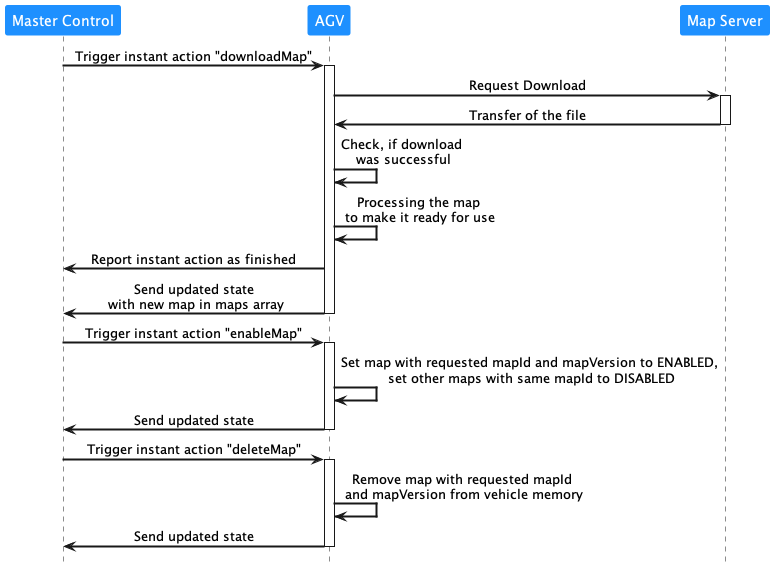
Above: assets/map_distribution_process.png in VDA5050/VDA5050 (PlantUML), before the change. Source of this version:
```plantuml
@startuml
!pragma teoz true
skinparam defaultTextAlignment center
skinparam participantFontColor white
skinparam noteFontColor white
skinparam participantBorderColor None
skinparam ArrowThickness 2
participant "Master Control" #dodgerblue
participant AGV #dodgerblue
participant "Map Server" #dodgerblue
hide footbox



"Master Control" -> "AGV": Trigger instant action "downloadMap"
activate AGV
AGV -> "Map Server": Request Download
activate "Map Server"
"Map Server" -> AGV: Transfer of the file
deactivate "Map Server"
AGV -> AGV: Check, if download\n was successful
AGV -> AGV: Processing the map\n to make it ready for use
AGV -> "Master Control": Report instant action as finished
AGV -> "Master Control": Send updated state\n with new map in maps array
deactivate AGV

"Master Control" -> "AGV": Trigger instant action "enableMap"
activate AGV
AGV -> AGV: Set map with requested mapId and mapVersion to ENABLED,\n set other maps with same mapId to DISABLED
"Master Control" <- "AGV": Send updated state
deactivate AGV

"Master Control" -> "AGV": Trigger instant action "deleteMap"
activate AGV
AGV -> AGV: Remove map with requested mapId\n and mapVersion from vehicle memory
"Master Control" <- "AGV": Send updated state
deactivate AGV
@enduml
```
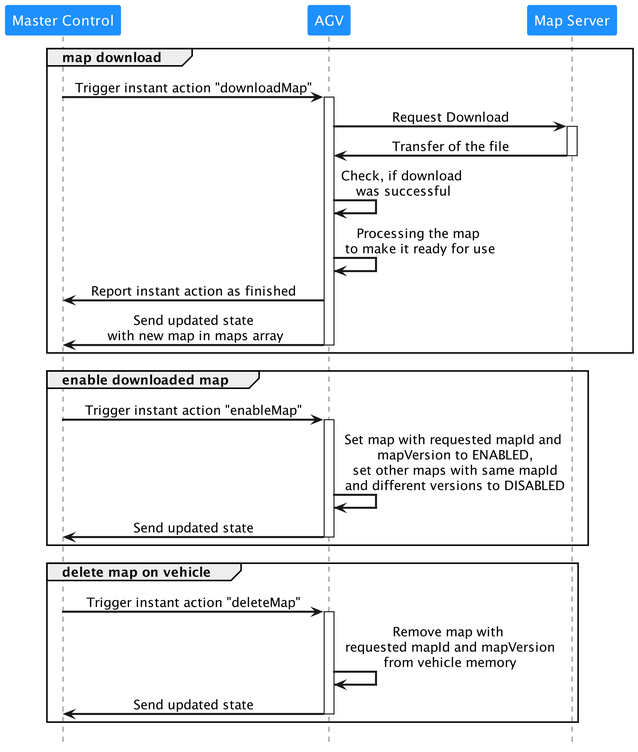
The same file after the commit.

What changed in the source:
```diff
@@ -1,4 +1,5 @@
 @startuml
+skinparam dpi 400
 !pragma teoz true
 skinparam defaultTextAlignment center
 skinparam participantFontColor white
@@ -10,8 +11,7 @@
 participant "Map Server" #dodgerblue
 hide footbox
 
-
-
+group map download
 "Master Control" -> "AGV": Trigger instant action "downloadMap"
 activate AGV
 AGV -> "Map Server": Request Download
@@ -23,16 +23,21 @@
 AGV -> "Master Control": Report instant action as finished
 AGV -> "Master Control": Send updated state\n with new map in maps array
 deactivate AGV
+end
 
+group enable downloaded map
 "Master Control" -> "AGV": Trigger instant action "enableMap"
 activate AGV
-AGV -> AGV: Set map with requested mapId and mapVersion to ENABLED,\n set other maps with same mapId to DISABLED
+AGV -> AGV: Set map with requested mapId and\n mapVersion to ENABLED,\n set other maps with same mapId\n and different versions to DISABLED
 "Master Control" <- "AGV": Send updated state
 deactivate AGV
+end
 
+group delete map on vehicle
 "Master Control" -> "AGV": Trigger instant action "deleteMap"
 activate AGV
-AGV -> AGV: Remove map with requested mapId\n and mapVersion from vehicle memory
+AGV -> AGV: Remove map with\n requested mapId and mapVersion\n from vehicle memory
 "Master Control" <- "AGV": Send updated state
 deactivate AGV
+end
 @enduml
```
